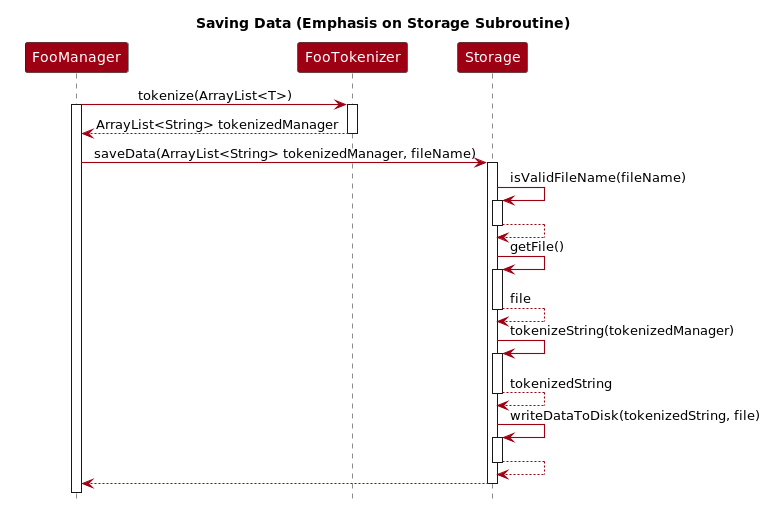
Above: docs/diagrams/StorageSequence-Saving_Data__Emphasis_on_Storage_Subroutine_.png in wenxin-c/tp (PlantUML), before the change. The source it was exported from:
```plantuml
@startuml

!include style.puml
skinparam arrowThickness 1.1
skinparam arrowColor MODEL_COLOR
skinparam classBackgroundColor MODEL_COLOR

Participant FooManager MODEL_COLOR
Participant FooTokenizer MODEL_COLOR
Participant Storage MODEL_COLOR

hide footbox
title Saving Data (Emphasis on Storage Subroutine)
FooManager -> FooTokenizer : tokenize(ArrayList<T>)
activate FooTokenizer
activate FooManager
FooTokenizer --> FooManager: ArrayList<String> tokenizedManager
deactivate FooTokenizer
FooManager -> Storage : saveData(ArrayList<String> tokenizedManager, fileName)
activate Storage
Storage -> Storage: isValidFileName(fileName)
activate Storage
Storage --> Storage
deactivate Storage
Storage -> Storage: getFile()
activate Storage
Storage --> Storage: file
deactivate Storage
Storage -> Storage: tokenizeString(tokenizedManager)
activate Storage
Storage --> Storage: tokenizedString
deactivate Storage
Storage -> Storage: writeDataToDisk(tokenizedString, file)
activate Storage
Storage --> Storage
deactivate Storage
Storage --> FooManager
deactivate Storage

@enduml
```
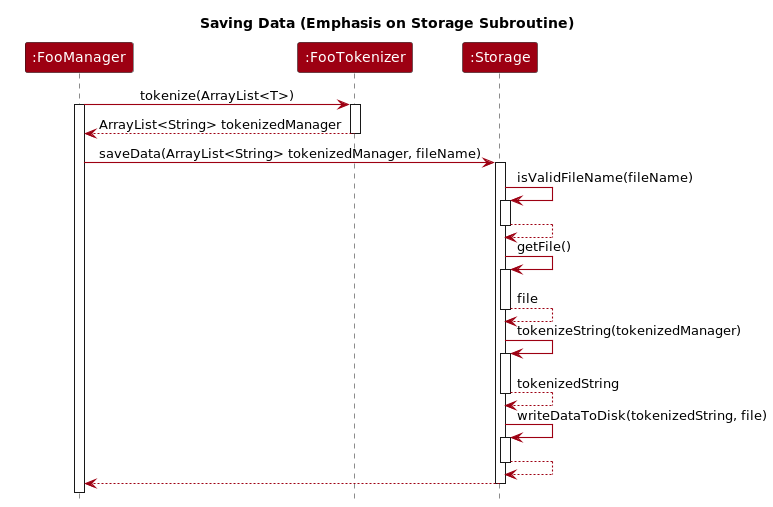
Later version of the same file.

Diff of the diagram source:
```diff
@@ -5,9 +5,9 @@
 skinparam arrowColor MODEL_COLOR
 skinparam classBackgroundColor MODEL_COLOR
 
-Participant FooManager MODEL_COLOR
-Participant FooTokenizer MODEL_COLOR
-Participant Storage MODEL_COLOR
+Participant ":FooManager" as FooManager MODEL_COLOR
+Participant ":FooTokenizer" as FooTokenizer MODEL_COLOR
+Participant ":Storage" as Storage MODEL_COLOR
 
 hide footbox
 title Saving Data (Emphasis on Storage Subroutine)
```
